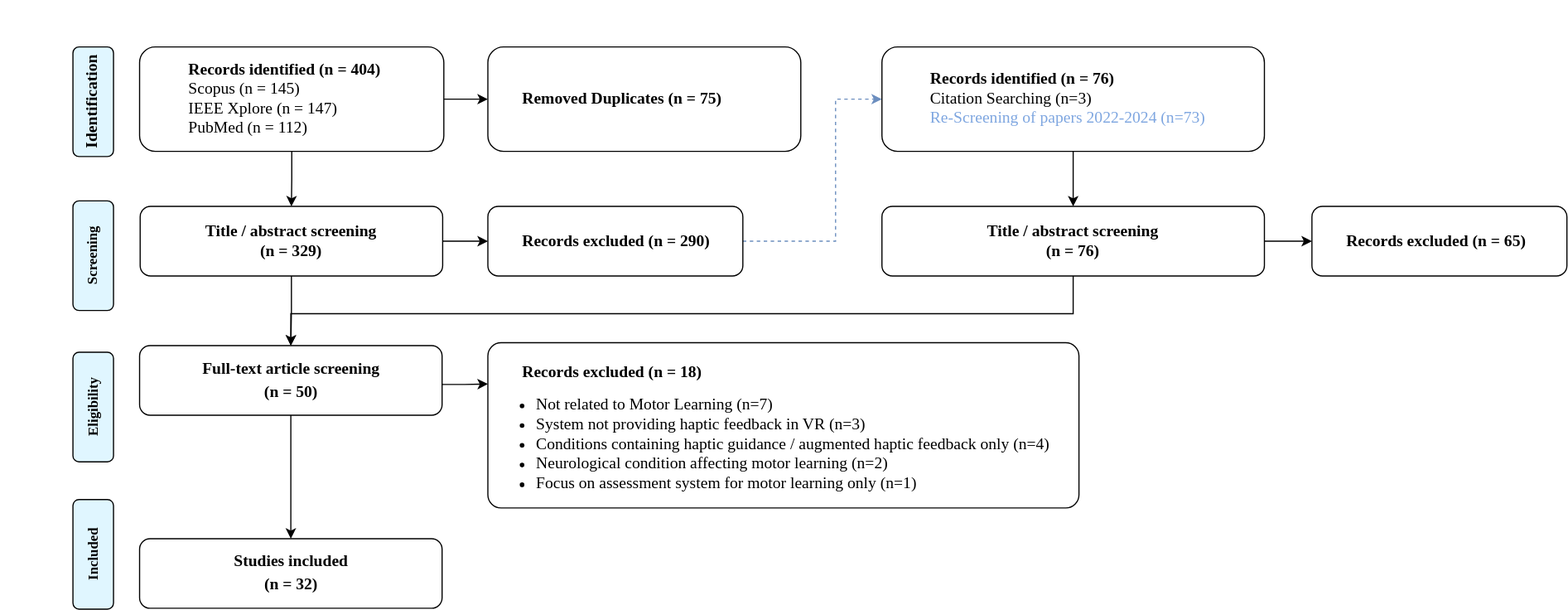
The draw.io diagram figures/prisma_overview.svg in Hobsyllvin/Literature-Research-Master-Thesis, before a commit. Source tidied: cells renumbered, new cells last; positions are measured from the earlier drawing's top-left corner, leaving out a move shared by most shapes.
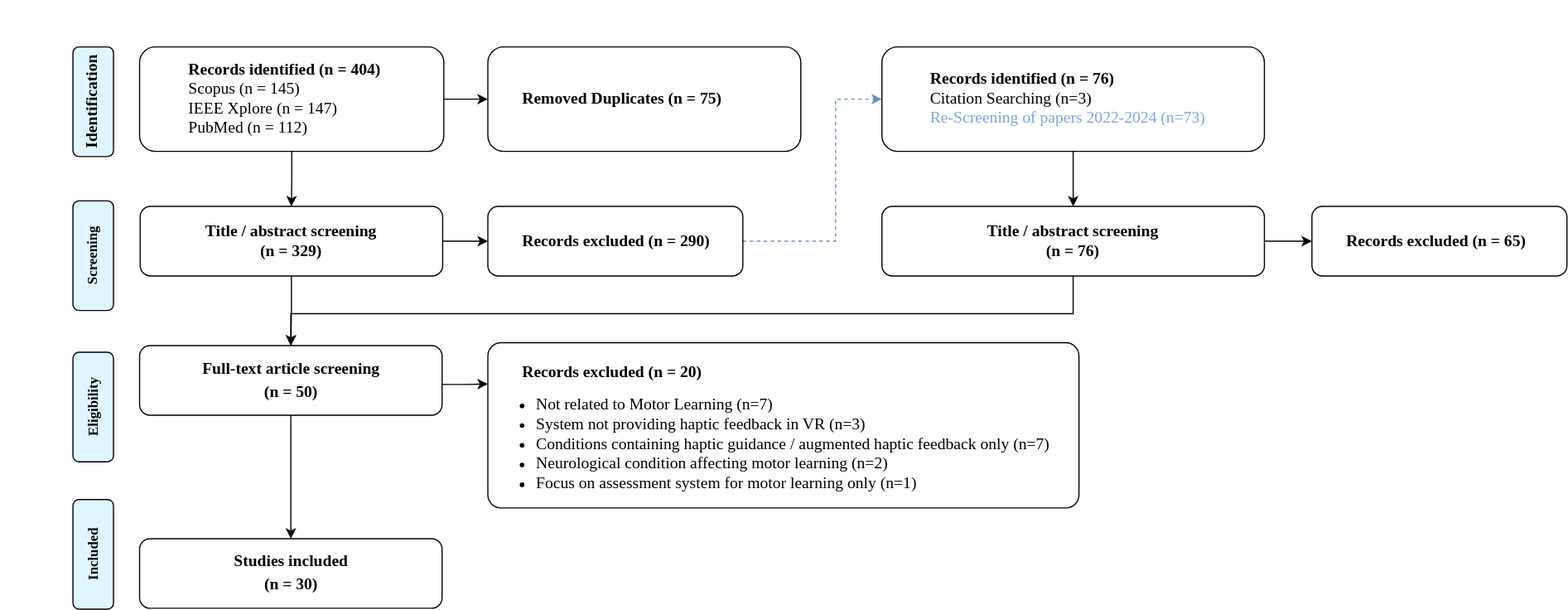
Above is the later version.

The edit, as a diff of the source:
```diff
@@ -45,10 +45,10 @@
     <mxCell id="12" value="&lt;div align=&quot;left&quot;&gt;&lt;div&gt;&lt;font&gt;&lt;b&gt;&lt;font style=&quot;font-size: 14px;&quot;&gt;&lt;span style=&quot;white-space: pre;&quot;&gt;&#9;&lt;/span&gt;Records excluded (n = 290)&lt;/font&gt;&lt;/b&gt;&lt;/font&gt;&lt;/div&gt;&lt;/div&gt;" style="rounded=1;whiteSpace=wrap;html=1;fontSize=12;glass=0;strokeWidth=1;shadow=0;align=left;fontFamily=Times New Roman;" parent="1" vertex="1">
       <mxGeometry x="420" y="177.5" width="220" height="60" as="geometry" />
     </mxCell>
-    <mxCell id="13" value="&lt;div align=&quot;justify&quot;&gt;&lt;b&gt;&lt;font style=&quot;font-size: 14px;&quot;&gt;&lt;span style=&quot;white-space: pre;&quot;&gt;&#9;&lt;/span&gt;&lt;br&gt;&lt;span style=&quot;white-space: pre;&quot;&gt;&#9;&lt;/span&gt;Records excluded (n = 18)&lt;/font&gt;&lt;/b&gt;&lt;/div&gt;&lt;div align=&quot;justify&quot;&gt;&lt;ul&gt;&lt;li&gt;&lt;font style=&quot;font-size: 14px;&quot;&gt;Not related to Motor Learning&lt;/font&gt;&lt;font style=&quot;font-size: 14px;&quot;&gt; (n=7)&lt;/font&gt;&lt;/li&gt;&lt;li&gt;&lt;font style=&quot;font-size: 14px;&quot;&gt;System not providing haptic feedback in VR (n=3)&lt;/font&gt;&lt;/li&gt;&lt;li&gt;&lt;font style=&quot;font-size: 14px;&quot;&gt;Conditions containing haptic guidance / augmented haptic feedback only (n=4)&lt;br&gt;&lt;/font&gt;&lt;/li&gt;&lt;li&gt;&lt;font style=&quot;font-size: 14px;&quot;&gt;Neurological condition affecting motor learning (n=2)&lt;br&gt;&lt;/font&gt;&lt;/li&gt;&lt;li&gt;&lt;font style=&quot;font-size: 14px;&quot;&gt;Focus on assessment system for motor learning only (n=1)&lt;br&gt;&lt;/font&gt;&lt;/li&gt;&lt;/ul&gt;&lt;/div&gt;" style="rounded=1;whiteSpace=wrap;html=1;fontSize=12;glass=0;strokeWidth=1;shadow=0;align=left;fontFamily=Times New Roman;rotation=0;arcSize=8;" parent="1" vertex="1">
+    <mxCell id="13" value="&lt;div align=&quot;justify&quot;&gt;&lt;b&gt;&lt;font style=&quot;font-size: 14px;&quot;&gt;&lt;span style=&quot;white-space: pre;&quot;&gt;&#9;&lt;/span&gt;&lt;br&gt;&lt;span style=&quot;white-space: pre;&quot;&gt;&#9;&lt;/span&gt;Records excluded (n = 20)&lt;/font&gt;&lt;/b&gt;&lt;/div&gt;&lt;div align=&quot;justify&quot;&gt;&lt;ul&gt;&lt;li&gt;&lt;font style=&quot;font-size: 14px;&quot;&gt;Not related to Motor Learning&lt;/font&gt;&lt;font style=&quot;font-size: 14px;&quot;&gt; (n=7)&lt;/font&gt;&lt;/li&gt;&lt;li&gt;&lt;font style=&quot;font-size: 14px;&quot;&gt;System not providing haptic feedback in VR (n=3)&lt;/font&gt;&lt;/li&gt;&lt;li&gt;&lt;font style=&quot;font-size: 14px;&quot;&gt;Conditions containing haptic guidance / augmented haptic feedback only (n=7)&lt;br&gt;&lt;/font&gt;&lt;/li&gt;&lt;li&gt;&lt;font style=&quot;font-size: 14px;&quot;&gt;Neurological condition affecting motor learning (n=2)&lt;br&gt;&lt;/font&gt;&lt;/li&gt;&lt;li&gt;&lt;font style=&quot;font-size: 14px;&quot;&gt;Focus on assessment system for motor learning only (n=1)&lt;br&gt;&lt;/font&gt;&lt;/li&gt;&lt;/ul&gt;&lt;/div&gt;" style="rounded=1;whiteSpace=wrap;html=1;fontSize=12;glass=0;strokeWidth=1;shadow=0;align=left;fontFamily=Times New Roman;rotation=0;arcSize=8;" parent="1" vertex="1">
       <mxGeometry x="420" y="295" width="510" height="142.5" as="geometry" />
     </mxCell>
-    <mxCell id="14" value="&lt;div&gt;&lt;font style=&quot;font-size: 14px;&quot;&gt;&lt;b&gt;&lt;font&gt;Studies included&lt;/font&gt;&lt;/b&gt;&lt;/font&gt;&lt;/div&gt;&lt;div&gt;&lt;b&gt;&lt;font style=&quot;font-size: 14px;&quot;&gt;(n = 32)&lt;/font&gt;&lt;font size=&quot;3&quot;&gt;&lt;br&gt;&lt;/font&gt;&lt;/b&gt;&lt;/div&gt;" style="rounded=1;whiteSpace=wrap;html=1;fontSize=12;glass=0;strokeWidth=1;shadow=0;fontFamily=Times New Roman;" parent="1" vertex="1">
+    <mxCell id="14" value="&lt;div&gt;&lt;font style=&quot;font-size: 14px;&quot;&gt;&lt;b&gt;&lt;font&gt;Studies included&lt;/font&gt;&lt;/b&gt;&lt;/font&gt;&lt;/div&gt;&lt;div&gt;&lt;b&gt;&lt;font style=&quot;font-size: 14px;&quot;&gt;(n = 30)&lt;/font&gt;&lt;font size=&quot;3&quot;&gt;&lt;br&gt;&lt;/font&gt;&lt;/b&gt;&lt;/div&gt;" style="rounded=1;whiteSpace=wrap;html=1;fontSize=12;glass=0;strokeWidth=1;shadow=0;fontFamily=Times New Roman;" parent="1" vertex="1">
       <mxGeometry x="119.5" y="464" width="261" height="60" as="geometry" />
     </mxCell>
     <mxCell id="15" value="&lt;div align=&quot;left&quot;&gt;&lt;font style=&quot;font-size: 14px;&quot;&gt;&lt;b&gt;&lt;span style=&quot;white-space: pre;&quot;&gt;&#9;&lt;/span&gt;Removed Duplicates (n = 75)&lt;/b&gt;&lt;/font&gt;&lt;/div&gt;" style="rounded=1;whiteSpace=wrap;html=1;fontSize=12;glass=0;strokeWidth=1;shadow=0;align=left;fontFamily=Times New Roman;" parent="1" vertex="1">
```
